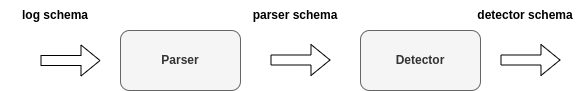
The draw.io diagram docs/img/diagrams_structure.png in ait-detectmate/DetectMateLibrary, before a commit. Source tidied: cells renumbered, new cells last; positions are measured from the earlier drawing's top-left corner, leaving out a move shared by most shapes. The source it was exported from:
```xml
<mxGraphModel>
  <root>
    <mxCell id="0" />
    <mxCell id="1" parent="0" />
    <mxCell id="2" value="&lt;b&gt;Parser&lt;/b&gt;" style="rounded=1;whiteSpace=wrap;html=1;fillColor=#f5f5f5;fontColor=#333333;strokeColor=#666666;" parent="1" vertex="1">
      <mxGeometry x="120" y="30" width="120" height="60" as="geometry" />
    </mxCell>
    <mxCell id="3" value="&lt;b&gt;Detector&lt;/b&gt;" style="rounded=1;whiteSpace=wrap;html=1;fillColor=#f5f5f5;fontColor=#333333;strokeColor=#666666;" parent="1" vertex="1">
      <mxGeometry x="360" y="30" width="120" height="60" as="geometry" />
    </mxCell>
    <mxCell id="4" style="shape=flexArrow;endArrow=classic;html=1;" parent="1" edge="1">
      <mxGeometry relative="1" as="geometry">
        <mxPoint x="40" y="60" as="sourcePoint" />
        <mxPoint x="100" y="60" as="targetPoint" />
      </mxGeometry>
    </mxCell>
    <mxCell id="5" style="shape=flexArrow;endArrow=classic;html=1;" parent="1" edge="1">
      <mxGeometry relative="1" as="geometry">
        <mxPoint x="270" y="59.5" as="sourcePoint" />
        <mxPoint x="330" y="59.5" as="targetPoint" />
      </mxGeometry>
    </mxCell>
    <mxCell id="6" style="shape=flexArrow;endArrow=classic;html=1;" parent="1" edge="1">
      <mxGeometry relative="1" as="geometry">
        <mxPoint x="500" y="59.5" as="sourcePoint" />
        <mxPoint x="560" y="59.5" as="targetPoint" />
      </mxGeometry>
    </mxCell>
    <mxCell id="7" value="&lt;b&gt;log schema&lt;/b&gt;" style="text;html=1;align=center;verticalAlign=middle;whiteSpace=wrap;rounded=0;" parent="1" vertex="1">
      <mxGeometry width="110" height="30" as="geometry" />
    </mxCell>
    <mxCell id="8" value="&lt;b&gt;parser schema&lt;/b&gt;" style="text;html=1;align=center;verticalAlign=middle;whiteSpace=wrap;rounded=0;" parent="1" vertex="1">
      <mxGeometry x="240" width="110" height="30" as="geometry" />
    </mxCell>
    <mxCell id="9" value="&lt;b&gt;detector schema&lt;/b&gt;" style="text;html=1;align=center;verticalAlign=middle;whiteSpace=wrap;rounded=0;" parent="1" vertex="1">
      <mxGeometry x="470" width="110" height="30" as="geometry" />
    </mxCell>
  </root>
</mxGraphModel>
```
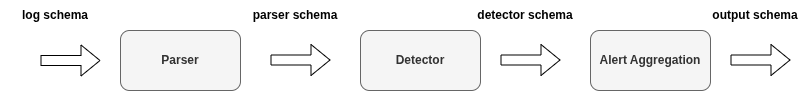
After the commit.

Diff of the diagram source:
```diff
@@ -35,5 +35,17 @@
     <mxCell id="9" value="&lt;b&gt;detector schema&lt;/b&gt;" style="text;html=1;align=center;verticalAlign=middle;whiteSpace=wrap;rounded=0;" parent="1" vertex="1">
       <mxGeometry x="470" width="110" height="30" as="geometry" />
     </mxCell>
+    <mxCell id="10" value="&lt;b&gt;Alert Aggregation&lt;/b&gt;" style="rounded=1;whiteSpace=wrap;html=1;fillColor=#f5f5f5;fontColor=#333333;strokeColor=#666666;" parent="1" vertex="1">
+      <mxGeometry x="590" y="30" width="120" height="60" as="geometry" />
+    </mxCell>
+    <mxCell id="11" style="shape=flexArrow;endArrow=classic;html=1;" parent="1" edge="1">
+      <mxGeometry relative="1" as="geometry">
+        <mxPoint x="730" y="59.5" as="sourcePoint" />
+        <mxPoint x="790" y="59.5" as="targetPoint" />
+      </mxGeometry>
+    </mxCell>
+    <mxCell id="12" value="&lt;b&gt;output schema&lt;/b&gt;" style="text;html=1;align=center;verticalAlign=middle;whiteSpace=wrap;rounded=0;" parent="1" vertex="1">
+      <mxGeometry x="700" width="110" height="30" as="geometry" />
+    </mxCell>
   </root>
 </mxGraphModel>
```
